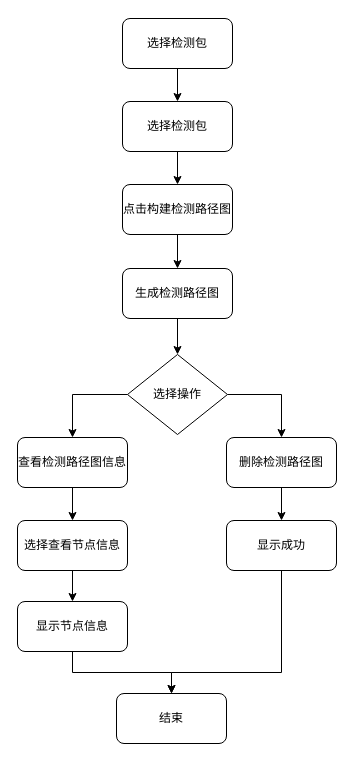
Earlier version of the draw.io diagram 检测图设计.drawio (Niujieheng/GitHub_Jul). Source tidied: cells renumbered, new cells numbered last; positions are measured from the earlier drawing's top-left corner, leaving out a move shared by most shapes. Both pictures are drawn from the tidied source at 100%, with x=0, y=0 at pixel (17, 18).
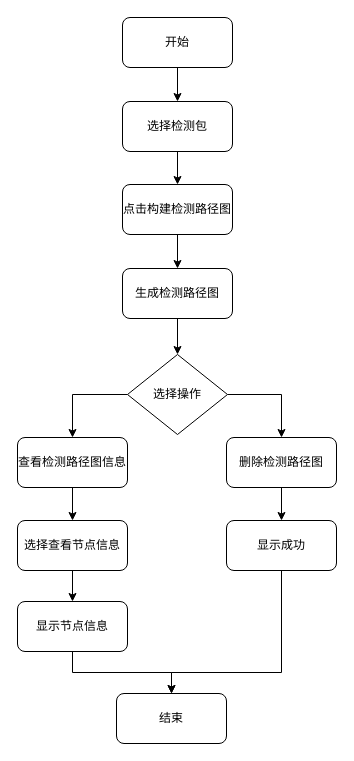
The same page after the edit.

Commit message:
更新检测图设计.drawio

The change refers to these unchanged cells:
```xml
<mxCell id="3" value="选择检测包" style="rounded=1;whiteSpace=wrap;html=1;" parent="1" vertex="1">
  <mxGeometry x="105" y="83" width="110" height="50" as="geometry" />
</mxCell>
```

The edit, as a diff of the source:
```diff
@@
-    <mxCell id="8" style="edgeStyle=orthogonalEdgeStyle;rounded=0;jettySize=auto;html=1;exitX=0.5;exitY=1;exitDx=0;exitDy=0;entryX=0.5;entryY=0;entryDx=0;entryDy=0;" parent="1" edge="1" source="9" target="3">
-      <mxGeometry relative="1" as="geometry" />
-    </mxCell>
-    <mxCell id="9" value="选择检测包" style="rounded=1;whiteSpace=wrap;html=1;" parent="1" vertex="1">
-      <mxGeometry x="105" width="110" height="50" as="geometry" />
-    </mxCell>
@@
+    <mxCell id="24" style="edgeStyle=orthogonalEdgeStyle;rounded=0;jettySize=auto;html=1;exitX=0.5;exitY=1;exitDx=0;exitDy=0;" parent="1" edge="1" source="25" target="3">
+      <mxGeometry relative="1" as="geometry" />
+    </mxCell>
+    <mxCell id="25" value="开始" style="rounded=1;whiteSpace=wrap;html=1;" parent="1" vertex="1">
+      <mxGeometry x="105" y="-1" width="110" height="50" as="geometry" />
+    </mxCell>
```
